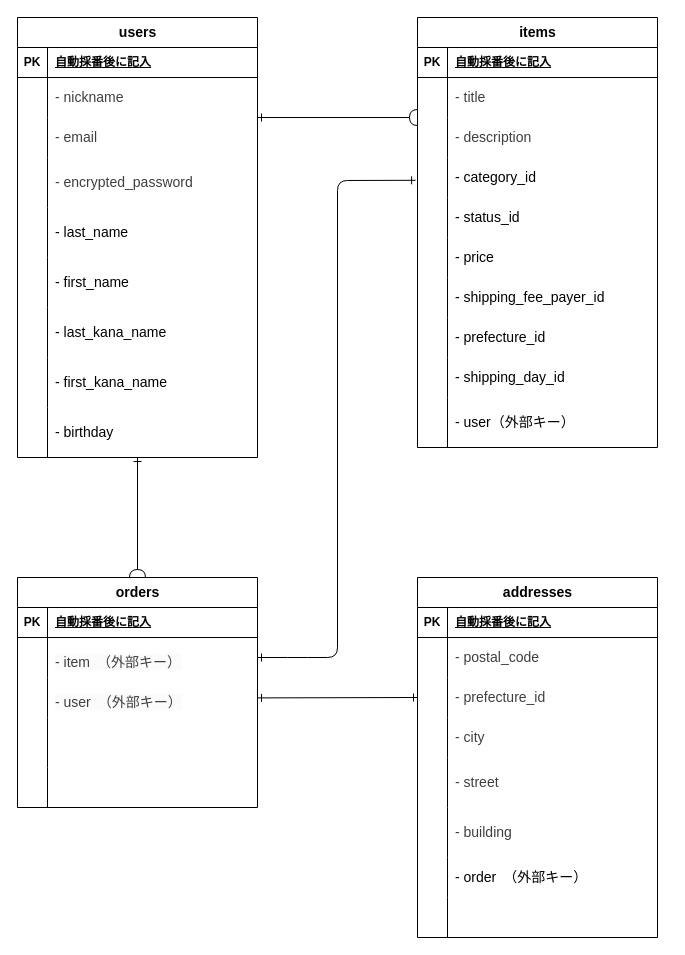
The draw.io diagram furima.dio in wassyprince/furima-46256, before the edit. Source tidied: cells renumbered, new cells numbered last; positions are measured from the earlier drawing's top-left corner, leaving out a move shared by most shapes. Both pictures are drawn from the tidied source at 100%, with x=0, y=0 at pixel (17, 17).
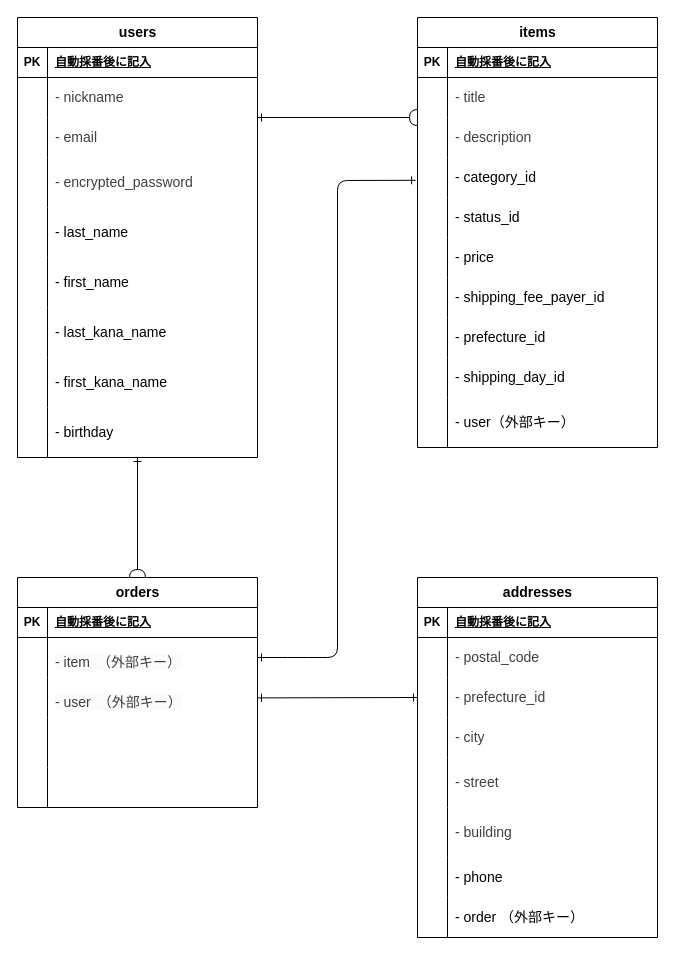
Above is the later version.

Commit message (it also covers changes not shown here):
README記述（修正3回目）

Unchanged cells that the change refers to:
```xml
<mxCell id="105" style="shape=tableRow;horizontal=0;startSize=0;swimlaneHead=0;swimlaneBody=0;fillColor=none;top=0;left=0;right=0;bottom=0;" parent="86" vertex="1">
  <mxGeometry y="280" width="240" height="40" as="geometry" />
</mxCell>
<mxCell id="108" style="shape=tableRow;horizontal=0;startSize=0;swimlaneHead=0;swimlaneBody=0;fillColor=none;top=0;left=0;right=0;bottom=0;" parent="86" vertex="1">
  <mxGeometry y="320" width="240" height="40" as="geometry" />
</mxCell>
```

Change to the diagram source:
```diff
@@
-    <mxCell id="107" value="&lt;font style=&quot;font-size: 14px;&quot;&gt;- order　（外部キー）&lt;/font&gt;" style="shape=partialRectangle;fillColor=none;top=0;left=0;bottom=0;right=0;align=left;spacingLeft=6;overflow=hidden;whiteSpace=wrap;html=1;" parent="105" vertex="1">
+    <mxCell id="107" value="&lt;font style=&quot;font-size: 14px;&quot;&gt;- phone&lt;/font&gt;" style="shape=partialRectangle;fillColor=none;top=0;left=0;bottom=0;right=0;align=left;spacingLeft=6;overflow=hidden;whiteSpace=wrap;html=1;" parent="105" vertex="1">
       <mxGeometry x="30" width="210" height="40" as="geometry" />
     </mxCell>
@@
-    <mxCell id="110" style="shape=partialRectangle;fillColor=none;top=0;left=0;bottom=0;right=0;align=left;spacingLeft=6;overflow=hidden;whiteSpace=wrap;html=1;" parent="108" vertex="1">
+    <mxCell id="110" value="&lt;font style=&quot;font-size: 14px;&quot;&gt;- order （外部キー）&lt;/font&gt;" style="shape=partialRectangle;fillColor=none;top=0;left=0;bottom=0;right=0;align=left;spacingLeft=6;overflow=hidden;whiteSpace=wrap;html=1;" parent="108" vertex="1">
       <mxGeometry x="30" width="210" height="40" as="geometry" />
     </mxCell>
```
